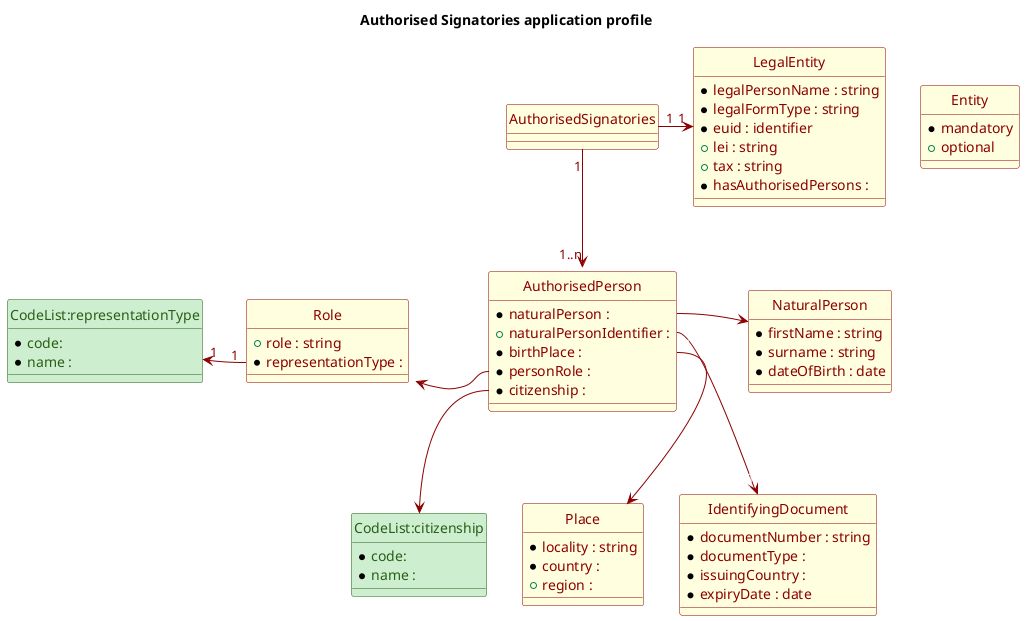
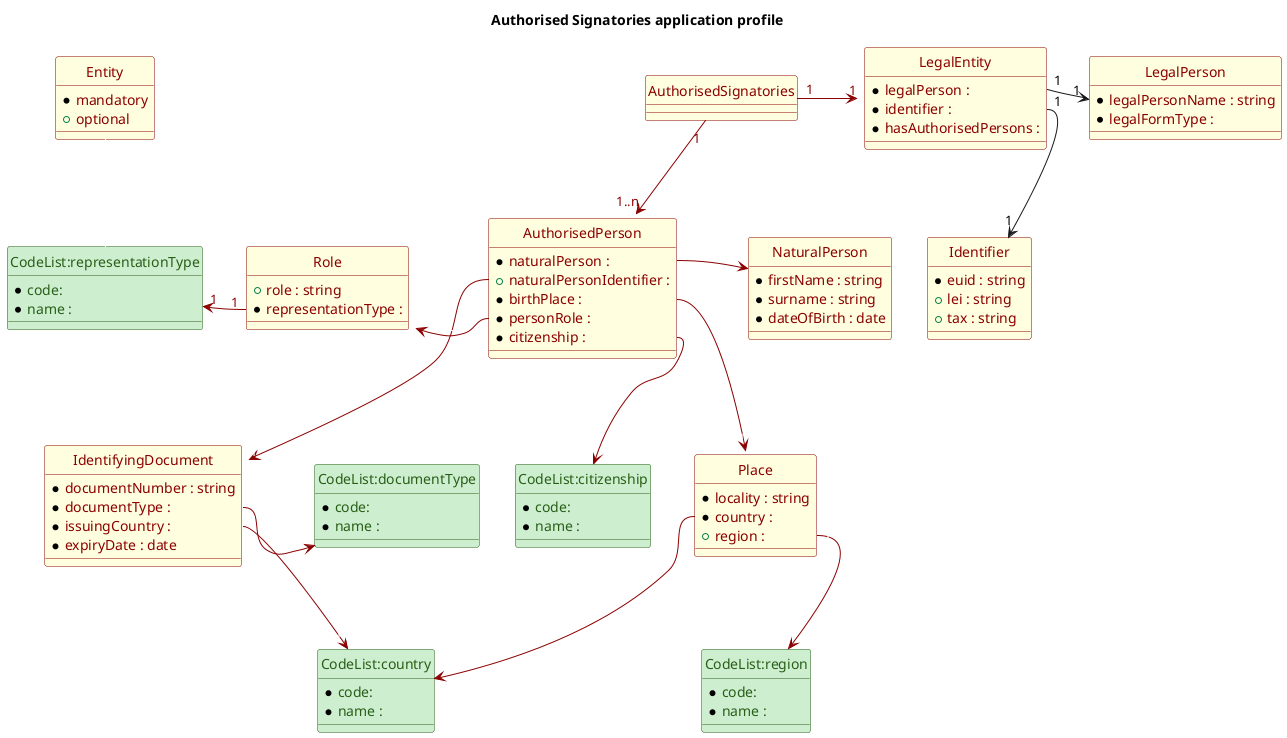
@startuml
title Authorised Signatories application profile

class AuthorisedSignatories {


}

class  LegalEntity {
-  *legalPersonName : string
-  *legalFormType : string
-  *euid : identifier
-  +lei : string
-  +tax : string
+  *legalPerson :
+  *identifier :
 *hasAuthorisedPersons :
}

class AuthorisedPerson {
' Membership
 *naturalPerson :
 +naturalPersonIdentifier :
 *birthPlace :
 *personRole :
 *citizenship :
+ }
+ 
+ class LegalPerson {
+  *legalPersonName : string
+  *legalFormType :
+  }
+ 
+ class Identifier {
+  *euid : string
+  +lei : string
+  +tax : string
}

class IdentifyingDocument {
 *documentNumber : string
 *documentType :
 *issuingCountry :
 *expiryDate : date
 }

class NaturalPerson {
 *firstName : string
 *surname : string
 *dateOfBirth : date
}

class Role {
 +role : string
 *representationType :
}

class Place {
 *locality : string
 *country :
 +region :
 }

class CodeList:citizenship
{
 *code:
 *name :
}

class CodeList:representationType
{
 *code:
 *name :
}

+ class CodeList:region
+ {
+  *code:
+  *name :
+ }
+ 
+ class CodeList:country
+ {
+  *code:
+  *name :
+ }
+ 
+ class CodeList:documentType
+ {
+  *code:
+  *name :
+ }
+ 
class Entity {
 *mandatory
 +optional
}

AuthorisedSignatories "1" -right-> "1" LegalEntity #line:DarkRed;text:DarkRed
AuthorisedSignatories "1" -down-> "1..n" AuthorisedPerson #line:DarkRed;text:DarkRed
AuthorisedPerson::naturalPerson "1" -right-> "1" NaturalPerson #line:DarkRed;text:White :_____
AuthorisedPerson::naturalPersonIdentifier "1" -down-> "1" IdentifyingDocument #line:DarkRed;text:White :_____
AuthorisedPerson::birthPlace "1" -down-> "1" Place #line:DarkRed;text:White :_____
AuthorisedPerson::citizenship "1" -down-> "1" "CodeList:citizenship" #line:DarkRed;text:White :_____
AuthorisedPerson::personRole "1" -left-> "1" Role #line:DarkRed;text:White :_____
+ LegalEntity::legalPerson "1" -right-> "1" LegalPerson
+ LegalEntity::identifier "1" -down-> "1" Identifier
Role::representationType "1" -left-> "1" "CodeList:representationType" #line:DarkRed;text:DarkRed
+ Place::country "1" -down-> "1" "CodeList:country" #line:DarkRed;text:White :_____
+ Place::region "1" -down-> "1" "CodeList:region" #line:DarkRed;text:White :_____
+ IdentifyingDocument::documentType "1" -right-> "1" "CodeList:documentType" #line:DarkRed;text:White :_____
+ IdentifyingDocument::issuingCountry "1" -right-> "1" "CodeList:country" #line:DarkRed;text:White :_____
+ 

"CodeList:citizenship" -right- Place #line:white
+ "CodeList:representationType" -up- Entity #line:white

class AuthorisedPerson #LightYellow;line:DarkRed;text:DarkRed
class AuthorisedSignatories #LightYellow;line:DarkRed;text:DarkRed
+ class LegalPerson #LightYellow;line:DarkRed;text:DarkRed
+ class Identifier #LightYellow;line:DarkRed;text:DarkRed
class Place #LightYellow;line:DarkRed;text:DarkRed
- class CodeList:citizenship #CEEED0;line:285F17;text:285F17
class IdentifyingDocument #LightYellow;line:DarkRed;text:DarkRed
- class CodeList:representationType #CEEED0;line:285F17;text:285F17
class Role #LightYellow;line:DarkRed;text:DarkRed
class NaturalPerson #LightYellow;line:DarkRed;text:DarkRed
class LegalEntity #LightYellow;line:DarkRed;text:DarkRed
class Entity #LightYellow;line:DarkRed;text:DarkRed
+ class CodeList:representationType #CEEED0;line:285F17;text:285F17
+ class CodeList:citizenship #CEEED0;line:285F17;text:285F17
+ class CodeList:country #CEEED0;line:285F17;text:285F17
+ class CodeList:region #CEEED0;line:285F17;text:285F17
+ class CodeList:documentType #CEEED0;line:285F17;text:285F17

hide circle

@enduml
